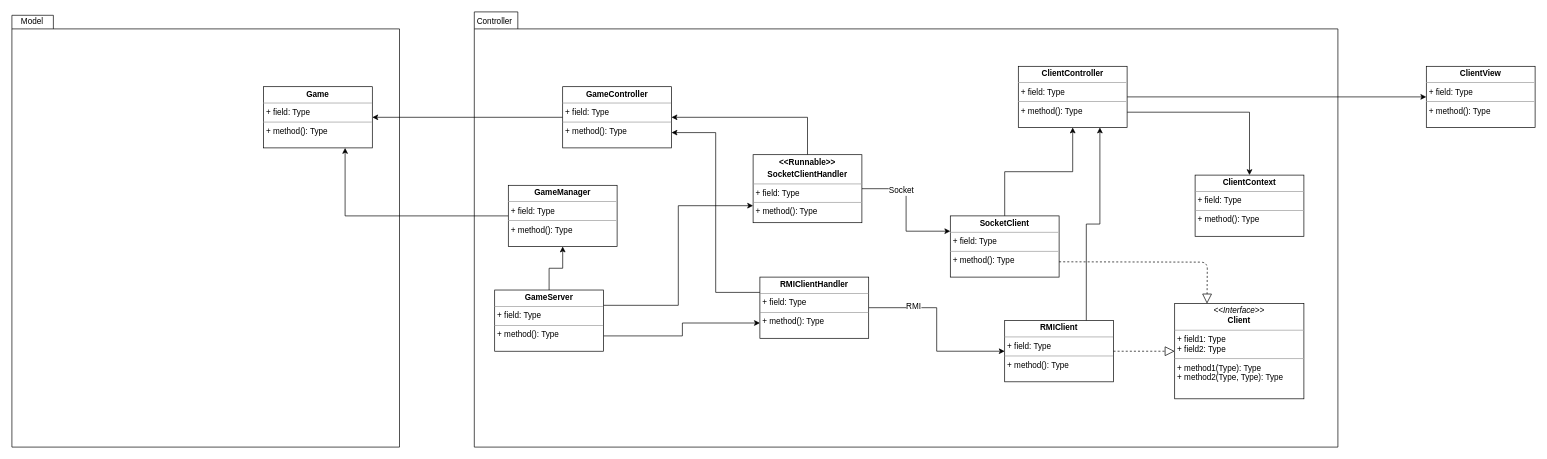
Above: UML_Controller.drawio in vittot/ing-sw-2019-20 (draw.io), before the change. Source tidied: cells renumbered, new cells numbered last; positions are measured from the earlier drawing's top-left corner, leaving out a move shared by most shapes. Both pictures are drawn from the tidied source at 68%, with x=0, y=0 at pixel (12, 12).
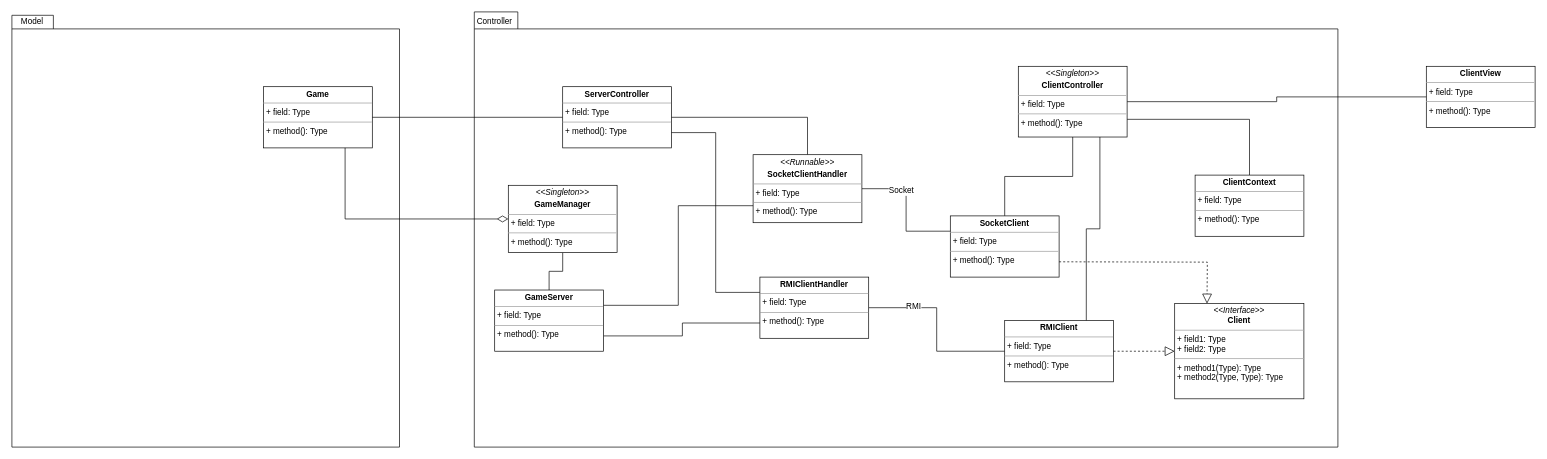
Above is the later version.

Commit message (it also covers changes not shown here):
small changes on controller uml

Unchanged cells that the change refers to:
```xml
<mxCell id="4" value="&lt;p style=&quot;margin: 0px ; margin-top: 4px ; text-align: center&quot;&gt;&lt;b&gt;Game&lt;/b&gt;&lt;/p&gt;&lt;hr size=&quot;1&quot;&gt;&lt;p style=&quot;margin: 0px ; margin-left: 4px&quot;&gt;+ field: Type&lt;/p&gt;&lt;hr size=&quot;1&quot;&gt;&lt;p style=&quot;margin: 0px ; margin-left: 4px&quot;&gt;+ method(): Type&lt;/p&gt;" style="verticalAlign=top;align=left;overflow=fill;fontSize=12;fontFamily=Helvetica;html=1;" parent="1" vertex="1">
  <mxGeometry x="370" y="110" width="160" height="90" as="geometry" />
</mxCell>
<mxCell id="5" value="&lt;p style=&quot;margin: 0px ; margin-top: 4px ; text-align: center&quot;&gt;&lt;b&gt;ClientView&lt;/b&gt;&lt;/p&gt;&lt;hr size=&quot;1&quot;&gt;&lt;p style=&quot;margin: 0px ; margin-left: 4px&quot;&gt;+ field: Type&lt;/p&gt;&lt;hr size=&quot;1&quot;&gt;&lt;p style=&quot;margin: 0px ; margin-left: 4px&quot;&gt;+ method(): Type&lt;/p&gt;" style="verticalAlign=top;align=left;overflow=fill;fontSize=12;fontFamily=Helvetica;html=1;" parent="1" vertex="1">
  <mxGeometry x="2080" y="80" width="160" height="90" as="geometry" />
</mxCell>
<mxCell id="10" value="&lt;p style=&quot;margin: 0px ; margin-top: 4px ; text-align: center&quot;&gt;&lt;b&gt;SocketClient&lt;/b&gt;&lt;/p&gt;&lt;hr size=&quot;1&quot;&gt;&lt;p style=&quot;margin: 0px ; margin-left: 4px&quot;&gt;+ field: Type&lt;/p&gt;&lt;hr size=&quot;1&quot;&gt;&lt;p style=&quot;margin: 0px ; margin-left: 4px&quot;&gt;+ method(): Type&lt;/p&gt;" style="verticalAlign=top;align=left;overflow=fill;fontSize=12;fontFamily=Helvetica;html=1;" parent="1" vertex="1">
  <mxGeometry x="1380" y="300" width="160" height="90" as="geometry" />
</mxCell>
<mxCell id="16" value="&lt;p style=&quot;margin: 0px ; margin-top: 4px ; text-align: center&quot;&gt;&lt;b&gt;RMIClientHandler&lt;/b&gt;&lt;/p&gt;&lt;hr size=&quot;1&quot;&gt;&lt;p style=&quot;margin: 0px ; margin-left: 4px&quot;&gt;+ field: Type&lt;/p&gt;&lt;hr size=&quot;1&quot;&gt;&lt;p style=&quot;margin: 0px ; margin-left: 4px&quot;&gt;+ method(): Type&lt;/p&gt;" style="verticalAlign=top;align=left;overflow=fill;fontSize=12;fontFamily=Helvetica;html=1;" parent="1" vertex="1">
  <mxGeometry x="1100" y="390" width="160" height="90" as="geometry" />
</mxCell>
<mxCell id="24" value="&lt;p style=&quot;margin: 0px ; margin-top: 4px ; text-align: center&quot;&gt;&lt;b&gt;GameServer&lt;/b&gt;&lt;/p&gt;&lt;hr size=&quot;1&quot;&gt;&lt;p style=&quot;margin: 0px ; margin-left: 4px&quot;&gt;+ field: Type&lt;/p&gt;&lt;hr size=&quot;1&quot;&gt;&lt;p style=&quot;margin: 0px ; margin-left: 4px&quot;&gt;+ method(): Type&lt;/p&gt;" style="verticalAlign=top;align=left;overflow=fill;fontSize=12;fontFamily=Helvetica;html=1;" parent="1" vertex="1">
  <mxGeometry x="710" y="409" width="160" height="90" as="geometry" />
</mxCell>
<mxCell id="27" value="&lt;p style=&quot;margin: 0px ; margin-top: 4px ; text-align: center&quot;&gt;&lt;b&gt;ClientContext&lt;/b&gt;&lt;/p&gt;&lt;hr size=&quot;1&quot;&gt;&lt;p style=&quot;margin: 0px ; margin-left: 4px&quot;&gt;+ field: Type&lt;/p&gt;&lt;hr size=&quot;1&quot;&gt;&lt;p style=&quot;margin: 0px ; margin-left: 4px&quot;&gt;+ method(): Type&lt;/p&gt;" style="verticalAlign=top;align=left;overflow=fill;fontSize=12;fontFamily=Helvetica;html=1;" parent="1" vertex="1">
  <mxGeometry x="1740" y="240" width="160" height="90" as="geometry" />
</mxCell>
<mxCell id="28" value="&lt;p style=&quot;margin: 0px ; margin-top: 4px ; text-align: center&quot;&gt;&lt;i&gt;&amp;lt;&amp;lt;Interface&amp;gt;&amp;gt;&lt;/i&gt;&lt;br&gt;&lt;b&gt;Client&lt;/b&gt;&lt;/p&gt;&lt;hr size=&quot;1&quot;&gt;&lt;p style=&quot;margin: 0px ; margin-left: 4px&quot;&gt;+ field1: Type&lt;br&gt;+ field2: Type&lt;/p&gt;&lt;hr size=&quot;1&quot;&gt;&lt;p style=&quot;margin: 0px ; margin-left: 4px&quot;&gt;+ method1(Type): Type&lt;br&gt;+ method2(Type, Type): Type&lt;/p&gt;" style="verticalAlign=top;align=left;overflow=fill;fontSize=12;fontFamily=Helvetica;html=1;" parent="1" vertex="1">
  <mxGeometry x="1710" y="429" width="190" height="140" as="geometry" />
</mxCell>
<mxCell id="30" value="&lt;p style=&quot;margin: 0px ; margin-top: 4px ; text-align: center&quot;&gt;&lt;b&gt;RMIClient&lt;/b&gt;&lt;/p&gt;&lt;hr size=&quot;1&quot;&gt;&lt;p style=&quot;margin: 0px ; margin-left: 4px&quot;&gt;+ field: Type&lt;/p&gt;&lt;hr size=&quot;1&quot;&gt;&lt;p style=&quot;margin: 0px ; margin-left: 4px&quot;&gt;+ method(): Type&lt;/p&gt;" style="verticalAlign=top;align=left;overflow=fill;fontSize=12;fontFamily=Helvetica;html=1;" parent="1" vertex="1">
  <mxGeometry x="1460" y="454" width="160" height="90" as="geometry" />
</mxCell>
```

The edit, as a diff of the source:
```diff
@@
-    <mxCell id="6" style="edgeStyle=orthogonalEdgeStyle;rounded=0;jettySize=auto;html=1;exitX=1;exitY=0.5;exitDx=0;exitDy=0;entryX=0;entryY=0.5;entryDx=0;entryDy=0;" parent="1" edge="1" source="8" target="5">
+    <mxCell id="6" style="edgeStyle=orthogonalEdgeStyle;rounded=0;jettySize=auto;html=1;exitX=1;exitY=0.5;exitDx=0;exitDy=0;entryX=0;entryY=0.5;entryDx=0;entryDy=0;endArrow=none;endFill=0;" parent="1" edge="1" source="8" target="5">
       <mxGeometry relative="1" as="geometry" />
     </mxCell>
-    <mxCell id="7" style="edgeStyle=orthogonalEdgeStyle;rounded=0;jettySize=auto;html=1;exitX=1;exitY=0.75;exitDx=0;exitDy=0;" parent="1" edge="1" source="8" target="27">
+    <mxCell id="7" style="edgeStyle=orthogonalEdgeStyle;rounded=0;jettySize=auto;html=1;exitX=1;exitY=0.75;exitDx=0;exitDy=0;endArrow=none;endFill=0;" parent="1" edge="1" source="8" target="27">
       <mxGeometry relative="1" as="geometry" />
     </mxCell>
-    <mxCell id="8" value="&lt;p style=&quot;margin: 0px ; margin-top: 4px ; text-align: center&quot;&gt;&lt;b&gt;ClientController&lt;/b&gt;&lt;/p&gt;&lt;hr size=&quot;1&quot;&gt;&lt;p style=&quot;margin: 0px ; margin-left: 4px&quot;&gt;+ field: Type&lt;/p&gt;&lt;hr size=&quot;1&quot;&gt;&lt;p style=&quot;margin: 0px ; margin-left: 4px&quot;&gt;+ method(): Type&lt;/p&gt;" style="verticalAlign=top;align=left;overflow=fill;fontSize=12;fontFamily=Helvetica;html=1;" parent="1" vertex="1">
-      <mxGeometry x="1480" y="80" width="160" height="90" as="geometry" />
+    <mxCell id="8" value="&lt;p style=&quot;margin: 0px ; margin-top: 4px ; text-align: center&quot;&gt;&lt;i&gt;&amp;lt;&amp;lt;Singleton&amp;gt;&amp;gt;&lt;/i&gt;&lt;/p&gt;&lt;p style=&quot;margin: 0px ; margin-top: 4px ; text-align: center&quot;&gt;&lt;b&gt;ClientController&lt;/b&gt;&lt;/p&gt;&lt;hr size=&quot;1&quot;&gt;&lt;p style=&quot;margin: 0px ; margin-left: 4px&quot;&gt;+ field: Type&lt;/p&gt;&lt;hr size=&quot;1&quot;&gt;&lt;p style=&quot;margin: 0px ; margin-left: 4px&quot;&gt;+ method(): Type&lt;/p&gt;" style="verticalAlign=top;align=left;overflow=fill;fontSize=12;fontFamily=Helvetica;html=1;" parent="1" vertex="1">
+      <mxGeometry x="1480" y="80" width="160" height="104" as="geometry" />
     </mxCell>
-    <mxCell id="9" style="edgeStyle=orthogonalEdgeStyle;rounded=0;jettySize=auto;html=1;exitX=0.5;exitY=0;exitDx=0;exitDy=0;entryX=0.5;entryY=1;entryDx=0;entryDy=0;" parent="1" edge="1" source="10" target="8">
+    <mxCell id="9" style="edgeStyle=orthogonalEdgeStyle;rounded=0;jettySize=auto;html=1;exitX=0.5;exitY=0;exitDx=0;exitDy=0;entryX=0.5;entryY=1;entryDx=0;entryDy=0;endArrow=none;endFill=0;" parent="1" edge="1" source="10" target="8">
       <mxGeometry relative="1" as="geometry" />
     </mxCell>
@@
-    <mxCell id="11" style="edgeStyle=orthogonalEdgeStyle;rounded=0;jettySize=auto;html=1;exitX=0;exitY=0.5;exitDx=0;exitDy=0;entryX=1;entryY=0.5;entryDx=0;entryDy=0;" parent="1" edge="1" source="12" target="4">
+    <mxCell id="11" style="edgeStyle=orthogonalEdgeStyle;rounded=0;jettySize=auto;html=1;exitX=0;exitY=0.5;exitDx=0;exitDy=0;entryX=1;entryY=0.5;entryDx=0;entryDy=0;endArrow=none;endFill=0;startArrow=none;startFill=0;startSize=14;" parent="1" edge="1" source="12" target="4">
       <mxGeometry relative="1" as="geometry" />
     </mxCell>
-    <mxCell id="12" value="&lt;p style=&quot;margin: 0px ; margin-top: 4px ; text-align: center&quot;&gt;&lt;b&gt;GameController&lt;/b&gt;&lt;/p&gt;&lt;hr size=&quot;1&quot;&gt;&lt;p style=&quot;margin: 0px ; margin-left: 4px&quot;&gt;+ field: Type&lt;/p&gt;&lt;hr size=&quot;1&quot;&gt;&lt;p style=&quot;margin: 0px ; margin-left: 4px&quot;&gt;+ method(): Type&lt;/p&gt;" style="verticalAlign=top;align=left;overflow=fill;fontSize=12;fontFamily=Helvetica;html=1;" parent="1" vertex="1">
+    <mxCell id="12" value="&lt;p style=&quot;margin: 0px ; margin-top: 4px ; text-align: center&quot;&gt;&lt;b&gt;ServerController&lt;/b&gt;&lt;/p&gt;&lt;hr size=&quot;1&quot;&gt;&lt;p style=&quot;margin: 0px ; margin-left: 4px&quot;&gt;+ field: Type&lt;/p&gt;&lt;hr size=&quot;1&quot;&gt;&lt;p style=&quot;margin: 0px ; margin-left: 4px&quot;&gt;+ method(): Type&lt;/p&gt;" style="verticalAlign=top;align=left;overflow=fill;fontSize=12;fontFamily=Helvetica;html=1;" parent="1" vertex="1">
       <mxGeometry x="810" y="110" width="160" height="90" as="geometry" />
     </mxCell>
-    <mxCell id="13" style="edgeStyle=orthogonalEdgeStyle;rounded=0;jettySize=auto;html=1;exitX=1;exitY=0.5;exitDx=0;exitDy=0;entryX=0;entryY=0.5;entryDx=0;entryDy=0;" parent="1" edge="1" source="16" target="30">
+    <mxCell id="13" style="edgeStyle=orthogonalEdgeStyle;rounded=0;jettySize=auto;html=1;exitX=1;exitY=0.5;exitDx=0;exitDy=0;entryX=0;entryY=0.5;entryDx=0;entryDy=0;endArrow=none;endFill=0;" parent="1" edge="1" source="16" target="30">
       <mxGeometry relative="1" as="geometry" />
     </mxCell>
@@
-    <mxCell id="15" style="edgeStyle=orthogonalEdgeStyle;rounded=0;jettySize=auto;html=1;exitX=0;exitY=0.25;exitDx=0;exitDy=0;entryX=1;entryY=0.75;entryDx=0;entryDy=0;" parent="1" edge="1" source="16" target="12">
+    <mxCell id="15" style="edgeStyle=orthogonalEdgeStyle;rounded=0;jettySize=auto;html=1;exitX=0;exitY=0.25;exitDx=0;exitDy=0;entryX=1;entryY=0.75;entryDx=0;entryDy=0;endArrow=none;endFill=0;" parent="1" edge="1" source="16" target="12">
       <mxGeometry relative="1" as="geometry" />
     </mxCell>
@@
-    <mxCell id="17" style="edgeStyle=orthogonalEdgeStyle;rounded=0;jettySize=auto;html=1;exitX=0.5;exitY=0;exitDx=0;exitDy=0;entryX=1;entryY=0.5;entryDx=0;entryDy=0;" parent="1" edge="1" source="20" target="12">
+    <mxCell id="17" style="edgeStyle=orthogonalEdgeStyle;rounded=0;jettySize=auto;html=1;exitX=0.5;exitY=0;exitDx=0;exitDy=0;entryX=1;entryY=0.5;entryDx=0;entryDy=0;endArrow=none;endFill=0;" parent="1" edge="1" source="20" target="12">
       <mxGeometry relative="1" as="geometry" />
     </mxCell>
-    <mxCell id="18" style="edgeStyle=orthogonalEdgeStyle;rounded=0;jettySize=auto;html=1;exitX=1;exitY=0.5;exitDx=0;exitDy=0;entryX=0;entryY=0.25;entryDx=0;entryDy=0;" parent="1" edge="1" source="20" target="10">
+    <mxCell id="18" style="edgeStyle=orthogonalEdgeStyle;rounded=0;jettySize=auto;html=1;exitX=1;exitY=0.5;exitDx=0;exitDy=0;entryX=0;entryY=0.25;entryDx=0;entryDy=0;endArrow=none;endFill=0;" parent="1" edge="1" source="20" target="10">
       <mxGeometry relative="1" as="geometry" />
     </mxCell>
@@
-    <mxCell id="20" value="&lt;p style=&quot;margin: 0px ; margin-top: 4px ; text-align: center&quot;&gt;&lt;b&gt;&amp;lt;&amp;lt;Runnable&amp;gt;&amp;gt;&lt;/b&gt;&lt;/p&gt;&lt;p style=&quot;margin: 0px ; margin-top: 4px ; text-align: center&quot;&gt;&lt;b&gt;SocketClientHandler&lt;/b&gt;&lt;/p&gt;&lt;hr size=&quot;1&quot;&gt;&lt;p style=&quot;margin: 0px ; margin-left: 4px&quot;&gt;+ field: Type&lt;/p&gt;&lt;hr size=&quot;1&quot;&gt;&lt;p style=&quot;margin: 0px ; margin-left: 4px&quot;&gt;+ method(): Type&lt;/p&gt;" style="verticalAlign=top;align=left;overflow=fill;fontSize=12;fontFamily=Helvetica;html=1;" parent="1" vertex="1">
+    <mxCell id="20" value="&lt;p style=&quot;margin: 0px ; margin-top: 4px ; text-align: center&quot;&gt;&lt;i&gt;&amp;lt;&amp;lt;Runnable&amp;gt;&amp;gt;&lt;/i&gt;&lt;/p&gt;&lt;p style=&quot;margin: 0px ; margin-top: 4px ; text-align: center&quot;&gt;&lt;b&gt;SocketClientHandler&lt;/b&gt;&lt;/p&gt;&lt;hr size=&quot;1&quot;&gt;&lt;p style=&quot;margin: 0px ; margin-left: 4px&quot;&gt;+ field: Type&lt;/p&gt;&lt;hr size=&quot;1&quot;&gt;&lt;p style=&quot;margin: 0px ; margin-left: 4px&quot;&gt;+ method(): Type&lt;/p&gt;" style="verticalAlign=top;align=left;overflow=fill;fontSize=12;fontFamily=Helvetica;html=1;" parent="1" vertex="1">
       <mxGeometry x="1090" y="210" width="160" height="100" as="geometry" />
     </mxCell>
-    <mxCell id="21" style="edgeStyle=orthogonalEdgeStyle;rounded=0;jettySize=auto;html=1;exitX=1;exitY=0.25;exitDx=0;exitDy=0;entryX=0;entryY=0.75;entryDx=0;entryDy=0;" parent="1" edge="1" source="24" target="20">
+    <mxCell id="21" style="edgeStyle=orthogonalEdgeStyle;rounded=0;jettySize=auto;html=1;exitX=1;exitY=0.25;exitDx=0;exitDy=0;entryX=0;entryY=0.75;entryDx=0;entryDy=0;endArrow=none;endFill=0;" parent="1" edge="1" source="24" target="20">
       <mxGeometry relative="1" as="geometry" />
     </mxCell>
-    <mxCell id="22" style="edgeStyle=orthogonalEdgeStyle;rounded=0;jettySize=auto;html=1;exitX=1;exitY=0.75;exitDx=0;exitDy=0;entryX=0;entryY=0.75;entryDx=0;entryDy=0;" parent="1" edge="1" source="24" target="16">
+    <mxCell id="22" style="edgeStyle=orthogonalEdgeStyle;rounded=0;jettySize=auto;html=1;exitX=1;exitY=0.75;exitDx=0;exitDy=0;entryX=0;entryY=0.75;entryDx=0;entryDy=0;endArrow=none;endFill=0;" parent="1" edge="1" source="24" target="16">
       <mxGeometry relative="1" as="geometry">
         <Array as="points">
           <mxPoint x="986" y="476" />
           <mxPoint x="986" y="458" />
         </Array>
       </mxGeometry>
     </mxCell>
-    <mxCell id="23" style="edgeStyle=orthogonalEdgeStyle;rounded=0;jettySize=auto;html=1;exitX=0.5;exitY=0;exitDx=0;exitDy=0;entryX=0.5;entryY=1;entryDx=0;entryDy=0;" parent="1" edge="1" source="24" target="34">
+    <mxCell id="23" style="edgeStyle=orthogonalEdgeStyle;rounded=0;jettySize=auto;html=1;exitX=0.5;exitY=0;exitDx=0;exitDy=0;entryX=0.5;entryY=1;entryDx=0;entryDy=0;endArrow=none;endFill=0;" parent="1" edge="1" source="24" target="34">
       <mxGeometry relative="1" as="geometry" />
     </mxCell>
@@
-    <mxCell id="29" style="edgeStyle=orthogonalEdgeStyle;rounded=0;jettySize=auto;html=1;exitX=0.75;exitY=0;exitDx=0;exitDy=0;entryX=0.75;entryY=1;entryDx=0;entryDy=0;" parent="1" edge="1" source="30" target="8">
+    <mxCell id="29" style="edgeStyle=orthogonalEdgeStyle;rounded=0;jettySize=auto;html=1;exitX=0.75;exitY=0;exitDx=0;exitDy=0;entryX=0.75;entryY=1;entryDx=0;entryDy=0;endArrow=none;endFill=0;" parent="1" edge="1" source="30" target="8">
       <mxGeometry relative="1" as="geometry" />
     </mxCell>
@@
-    <mxCell id="32" style="endArrow=block;dashed=1;endFill=0;endSize=12;html=1;exitX=1;exitY=0.75;exitDx=0;exitDy=0;entryX=0.25;entryY=0;entryDx=0;entryDy=0;" parent="1" edge="1" source="10" target="28">
+    <mxCell id="32" style="endArrow=block;dashed=1;endFill=0;endSize=12;html=1;exitX=1;exitY=0.75;exitDx=0;exitDy=0;entryX=0.25;entryY=0;entryDx=0;entryDy=0;rounded=0;" parent="1" edge="1" source="10" target="28">
       <mxGeometry relative="1" as="geometry">
         <Array as="points">
           <mxPoint x="1758" y="368" />
         </Array>
       </mxGeometry>
     </mxCell>
-    <mxCell id="33" style="edgeStyle=orthogonalEdgeStyle;rounded=0;jettySize=auto;html=1;exitX=0;exitY=0.5;exitDx=0;exitDy=0;entryX=0.75;entryY=1;entryDx=0;entryDy=0;" parent="1" edge="1" source="34" target="4">
+    <mxCell id="33" style="edgeStyle=orthogonalEdgeStyle;rounded=0;jettySize=auto;html=1;exitX=0;exitY=0.5;exitDx=0;exitDy=0;entryX=0.75;entryY=1;entryDx=0;entryDy=0;startArrow=diamondThin;startFill=0;startSize=14;endArrow=none;endFill=0;" parent="1" edge="1" source="34" target="4">
       <mxGeometry relative="1" as="geometry" />
     </mxCell>
-    <mxCell id="34" value="&lt;p style=&quot;margin: 0px ; margin-top: 4px ; text-align: center&quot;&gt;&lt;b&gt;GameManager&lt;/b&gt;&lt;/p&gt;&lt;hr size=&quot;1&quot;&gt;&lt;p style=&quot;margin: 0px ; margin-left: 4px&quot;&gt;+ field: Type&lt;/p&gt;&lt;hr size=&quot;1&quot;&gt;&lt;p style=&quot;margin: 0px ; margin-left: 4px&quot;&gt;+ method(): Type&lt;/p&gt;" style="verticalAlign=top;align=left;overflow=fill;fontSize=12;fontFamily=Helvetica;html=1;" parent="1" vertex="1">
-      <mxGeometry x="730" y="255" width="160" height="90" as="geometry" />
+    <mxCell id="34" value="&lt;p style=&quot;margin: 0px ; margin-top: 4px ; text-align: center&quot;&gt;&lt;i&gt;&amp;lt;&amp;lt;Singleton&amp;gt;&amp;gt;&lt;/i&gt;&lt;/p&gt;&lt;p style=&quot;margin: 0px ; margin-top: 4px ; text-align: center&quot;&gt;&lt;b&gt;GameManager&lt;/b&gt;&lt;/p&gt;&lt;hr size=&quot;1&quot;&gt;&lt;p style=&quot;margin: 0px ; margin-left: 4px&quot;&gt;+ field: Type&lt;/p&gt;&lt;hr size=&quot;1&quot;&gt;&lt;p style=&quot;margin: 0px ; margin-left: 4px&quot;&gt;+ method(): Type&lt;/p&gt;" style="verticalAlign=top;align=left;overflow=fill;fontSize=12;fontFamily=Helvetica;html=1;" parent="1" vertex="1">
+      <mxGeometry x="730" y="255" width="160" height="99" as="geometry" />
     </mxCell>
```
